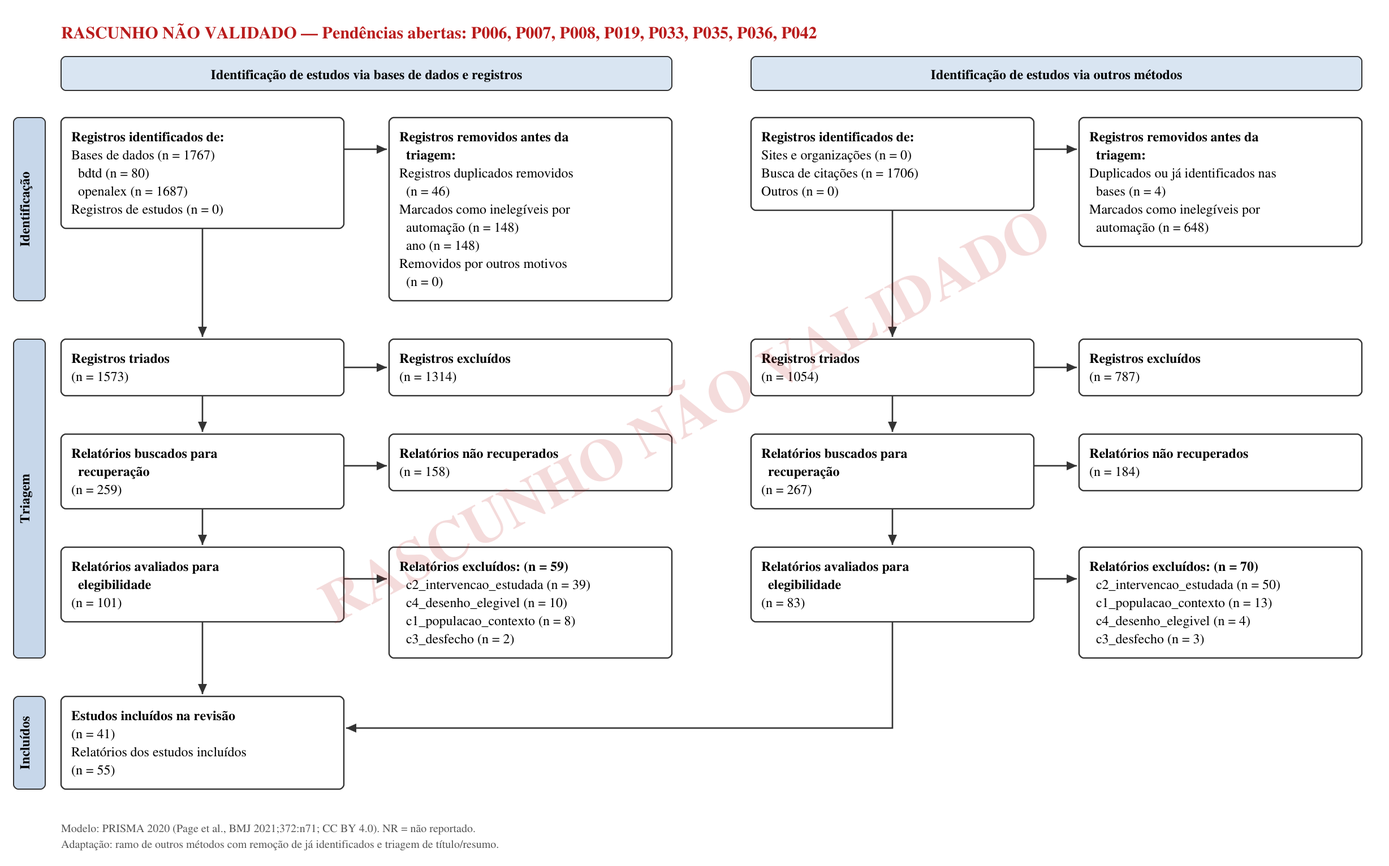
Before: 07-relatorio/prisma.png, a diagram exported from Mermaid (felipelmc/pesquisas-eleitorais-rs). Its source is kept beside it as 07-relatorio/prisma.mermaid.
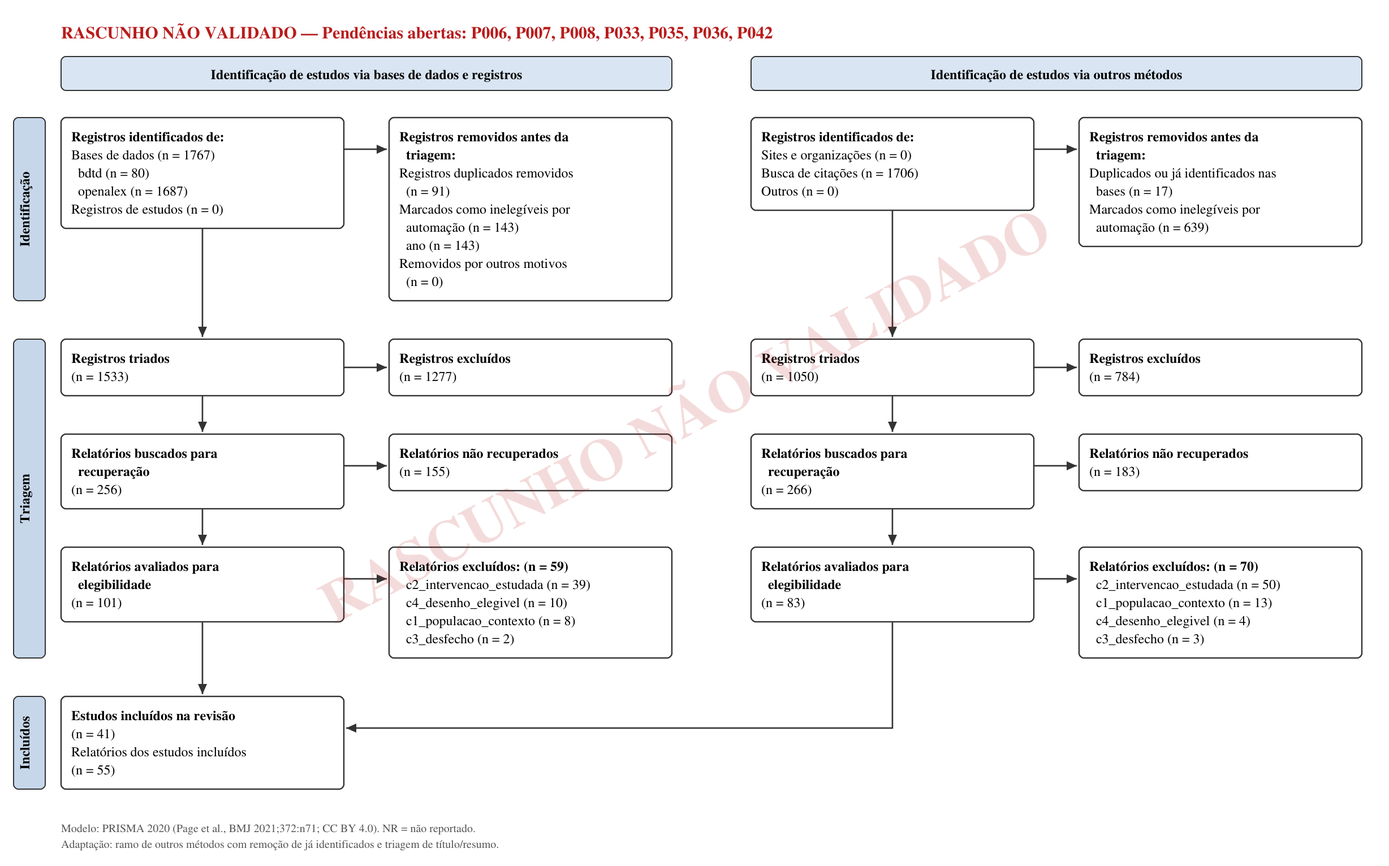
Later version of the same file.

Change to the diagram source:
```diff
@@ -1,23 +1,23 @@
 flowchart TD
-  rascunho["RASCUNHO NÃO VALIDADO<br/>Pendências abertas: P006, P007, P008, P019, P033, P035, P036, P042"]
+  rascunho["RASCUNHO NÃO VALIDADO<br/>Pendências abertas: P006, P007, P008, P033, P035, P036, P042"]
   style rascunho fill:#fde2e2,stroke:#b91c1c,color:#b91c1c
   subgraph ramo_bases["Identificação de estudos via bases de dados e registros"]
     b_ident["Registros identificados de:<br/>Bases de dados (n = 1767)<br/>· bdtd (n = 80)<br/>· openalex (n = 1687)<br/>Registros de estudos (n = 0)"]
-    b_removidos["Registros removidos antes da triagem:<br/>Registros duplicados removidos (n = 46)<br/>Marcados como inelegíveis por automação (n = 148)<br/>· ano (n = 148)<br/>Removidos por outros motivos (n = 0)"]
-    b_triados["Registros triados<br/>(n = 1573)"]
-    b_excl_triagem["Registros excluídos<br/>(n = 1314)"]
-    b_buscados["Relatórios buscados para recuperação<br/>(n = 259)"]
-    b_nao_rec["Relatórios não recuperados<br/>(n = 158)"]
+    b_removidos["Registros removidos antes da triagem:<br/>Registros duplicados removidos (n = 91)<br/>Marcados como inelegíveis por automação (n = 143)<br/>· ano (n = 143)<br/>Removidos por outros motivos (n = 0)"]
+    b_triados["Registros triados<br/>(n = 1533)"]
+    b_excl_triagem["Registros excluídos<br/>(n = 1277)"]
+    b_buscados["Relatórios buscados para recuperação<br/>(n = 256)"]
+    b_nao_rec["Relatórios não recuperados<br/>(n = 155)"]
     b_avaliados["Relatórios avaliados para elegibilidade<br/>(n = 101)"]
     b_excl_tc["Relatórios excluídos: (n = 59)<br/>· c2_intervencao_estudada (n = 39)<br/>· c4_desenho_elegivel (n = 10)<br/>· c1_populacao_contexto (n = 8)<br/>· c3_desfecho (n = 2)"]
   end
   subgraph ramo_outros["Identificação de estudos via outros métodos"]
     o_ident["Registros identificados de:<br/>Sites e organizações (n = 0)<br/>Busca de citações (n = 1706)<br/>Outros (n = 0)"]
-    o_removidos["Registros removidos antes da triagem:<br/>Duplicados ou já identificados nas bases (n = 4)<br/>Marcados como inelegíveis por automação (n = 648)"]
-    o_triados["Registros triados<br/>(n = 1054)"]
-    o_excl_triagem["Registros excluídos<br/>(n = 787)"]
-    o_buscados["Relatórios buscados para recuperação<br/>(n = 267)"]
-    o_nao_rec["Relatórios não recuperados<br/>(n = 184)"]
+    o_removidos["Registros removidos antes da triagem:<br/>Duplicados ou já identificados nas bases (n = 17)<br/>Marcados como inelegíveis por automação (n = 639)"]
+    o_triados["Registros triados<br/>(n = 1050)"]
+    o_excl_triagem["Registros excluídos<br/>(n = 784)"]
+    o_buscados["Relatórios buscados para recuperação<br/>(n = 266)"]
+    o_nao_rec["Relatórios não recuperados<br/>(n = 183)"]
     o_avaliados["Relatórios avaliados para elegibilidade<br/>(n = 83)"]
     o_excl_tc["Relatórios excluídos: (n = 70)<br/>· c2_intervencao_estudada (n = 50)<br/>· c1_populacao_contexto (n = 13)<br/>· c4_desenho_elegivel (n = 4)<br/>· c3_desfecho (n = 3)"]
   end
```
